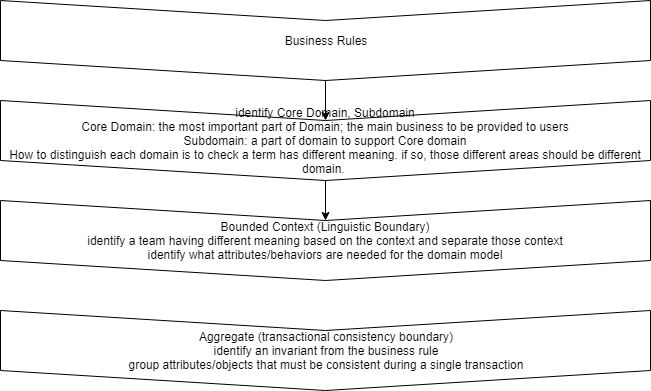
Above: ddd_designing_flow.PNG in stsiwo/ddd_concept (draw.io), before the change. Source tidied: cells renumbered, new cells last; positions are measured from the earlier drawing's top-left corner, leaving out a move shared by most shapes.
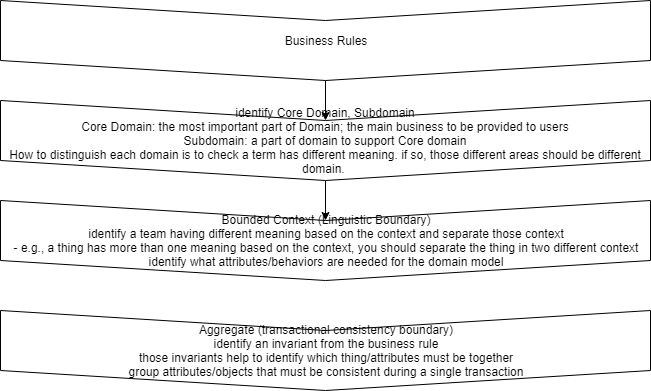
The same diagram one commit later.

What changed in the source:
```diff
@@ -14,10 +14,10 @@
     <mxCell id="5" value="identify Core Domain, Subdomain&lt;br&gt;Core Domain: the most important part of Domain; the main business to be provided to users&lt;br&gt;Subdomain: a part of domain to support Core domain&lt;br&gt;How to distinguish each domain is to check a term has different meaning. if so, those different areas should be different domain.&amp;nbsp;&lt;br&gt;" style="shape=step;perimeter=stepPerimeter;whiteSpace=wrap;html=1;fixedSize=1;direction=south;" parent="1" vertex="1">
       <mxGeometry y="100" width="650" height="80" as="geometry" />
     </mxCell>
-    <mxCell id="6" value="Bounded Context (Linguistic Boundary)&lt;br&gt;identify a team having different meaning based on the context and separate those context&lt;br&gt;identify what attributes/behaviors are needed for the domain model&lt;br&gt;" style="shape=step;perimeter=stepPerimeter;whiteSpace=wrap;html=1;fixedSize=1;direction=south;" parent="1" vertex="1">
+    <mxCell id="6" value="Bounded Context (Linguistic Boundary)&lt;br&gt;identify a team having different meaning based on the context and separate those context&lt;br&gt;- e.g., a thing has more than one meaning based on the context, you should separate the thing in two different context&lt;br&gt;identify what attributes/behaviors are needed for the domain model" style="shape=step;perimeter=stepPerimeter;whiteSpace=wrap;html=1;fixedSize=1;direction=south;" parent="1" vertex="1">
       <mxGeometry y="200" width="650" height="80" as="geometry" />
     </mxCell>
-    <mxCell id="7" value="Aggregate (transactional consistency boundary)&lt;br&gt;identify an invariant from the business rule&lt;br&gt;group attributes/objects that must be consistent during a single transaction&lt;br&gt;" style="shape=step;perimeter=stepPerimeter;whiteSpace=wrap;html=1;fixedSize=1;direction=south;" parent="1" vertex="1">
+    <mxCell id="7" value="Aggregate (transactional consistency boundary)&lt;br&gt;identify an invariant from the business rule&lt;br&gt;those invariants help to identify which thing/attributes must be together&lt;br&gt;group attributes/objects that must be consistent during a single transaction" style="shape=step;perimeter=stepPerimeter;whiteSpace=wrap;html=1;fixedSize=1;direction=south;" parent="1" vertex="1">
       <mxGeometry y="310" width="650" height="80" as="geometry" />
     </mxCell>
   </root>
```
